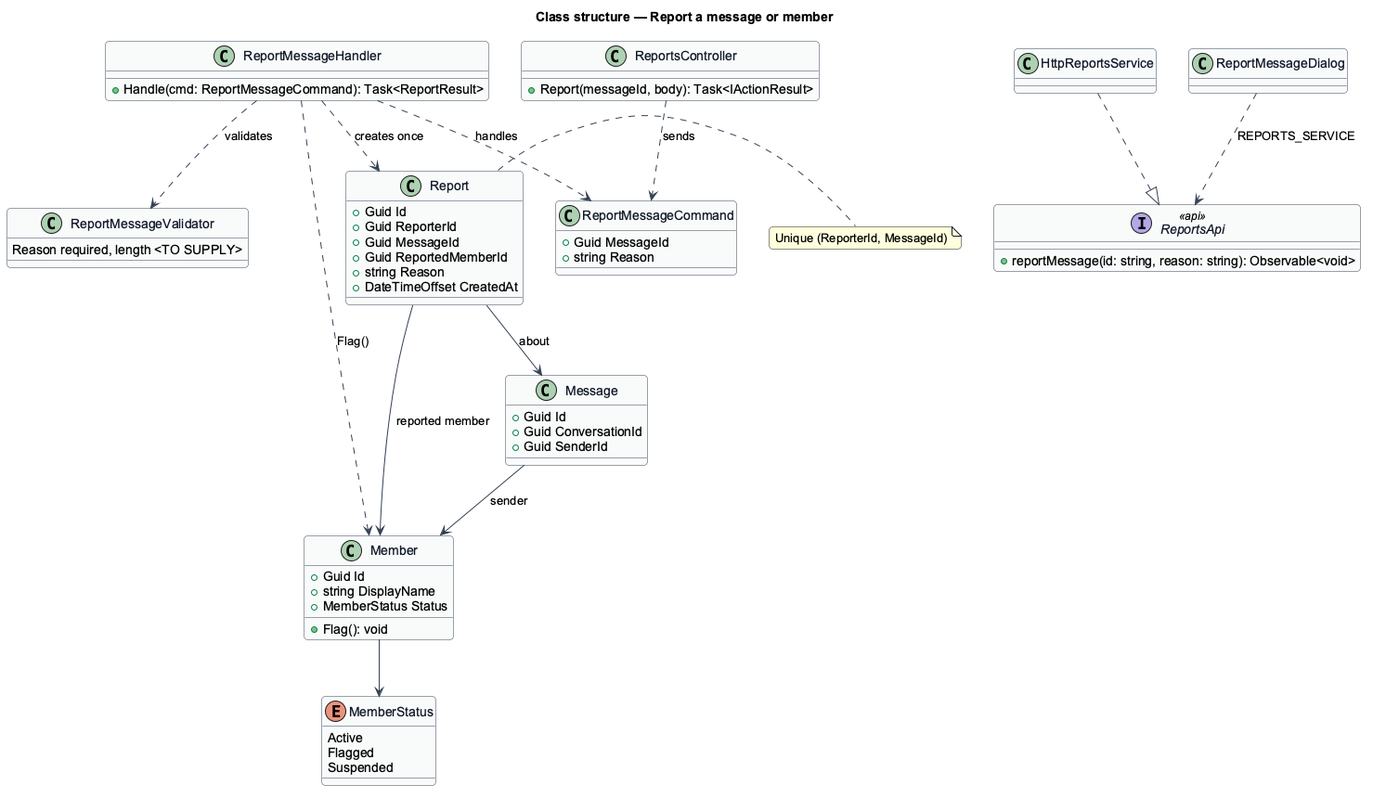
QuinntyneBrown/christian-fitness keeps this PlantUML diagram as docs/detailed-designs/messages/report-message-or-member/diagrams/class.png. Above is the earlier version.
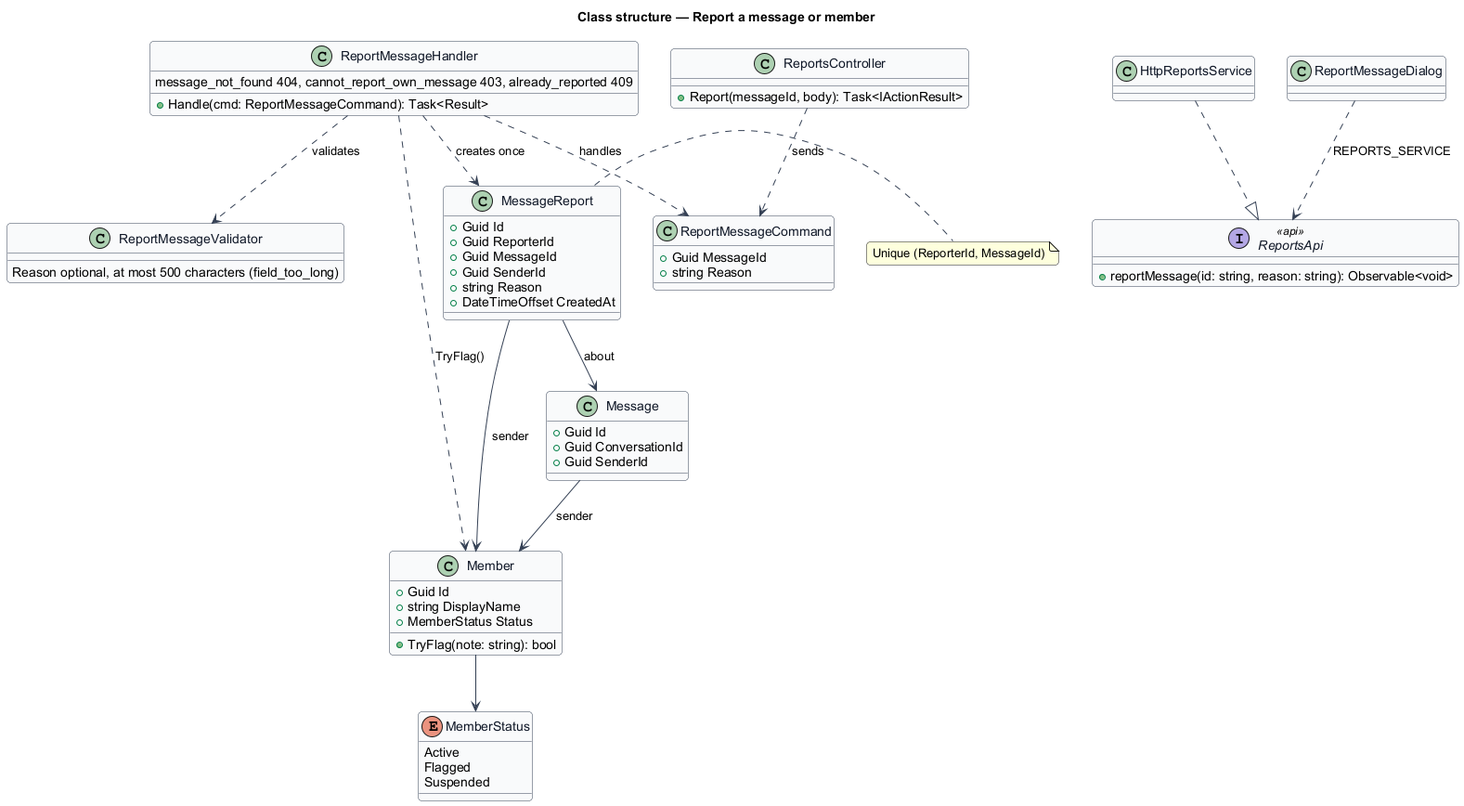
The same file after the commit.

Diff of the diagram source:
```diff
@@ -20,31 +20,32 @@
   +Guid Id
   +string DisplayName
   +MemberStatus Status
-  +Flag(): void
+  +TryFlag(note: string): bool
 }
 class Message {
   +Guid Id
   +Guid ConversationId
   +Guid SenderId
 }
-class Report {
+class MessageReport {
   +Guid Id
   +Guid ReporterId
   +Guid MessageId
-  +Guid ReportedMemberId
+  +Guid SenderId
   +string Reason
   +DateTimeOffset CreatedAt
 }
-note right of Report : Unique (ReporterId, MessageId)
+note right of MessageReport : Unique (ReporterId, MessageId)
 class ReportMessageCommand {
   +Guid MessageId
   +string Reason
 }
 class ReportMessageValidator {
-  Reason required, length <TO SUPPLY>
+  Reason optional, at most 500 characters (field_too_long)
 }
 class ReportMessageHandler {
-  +Handle(cmd: ReportMessageCommand): Task<ReportResult>
+  +Handle(cmd: ReportMessageCommand): Task<Result>
+  message_not_found 404, cannot_report_own_message 403, already_reported 409
 }
 class ReportsController {
   +Report(messageId, body): Task<IActionResult>
@@ -56,14 +57,14 @@
 class ReportMessageDialog
 
 Member --> MemberStatus
-Report --> Message : about
-Report --> Member : reported member
+MessageReport --> Message : about
+MessageReport --> Member : sender
 Message --> Member : sender
 ReportsController ..> ReportMessageCommand : sends
 ReportMessageHandler ..> ReportMessageCommand : handles
 ReportMessageHandler ..> ReportMessageValidator : validates
-ReportMessageHandler ..> Report : creates once
-ReportMessageHandler ..> Member : Flag()
+ReportMessageHandler ..> MessageReport : creates once
+ReportMessageHandler ..> Member : TryFlag()
 HttpReportsService ..|> ReportsApi
 ReportMessageDialog ..> ReportsApi : REPORTS_SERVICE
 @enduml
```
